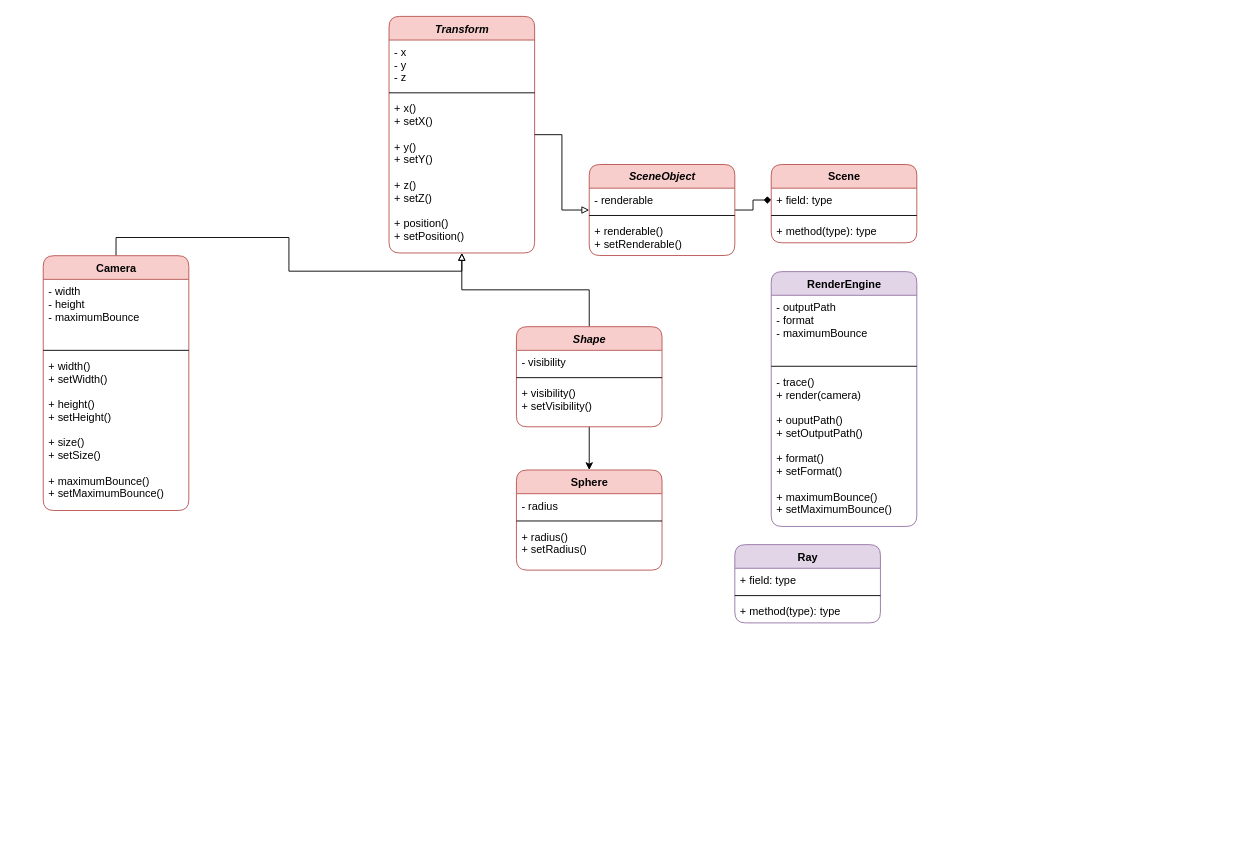
This is main_uml.drawio from ThomasVallentin/Bounce, a draw.io file, before an edit. Source tidied: cells renumbered, new cells numbered last; positions are measured from the earlier drawing's top-left corner, leaving out a move shared by most shapes. Both pictures are drawn from the tidied source at 91%, with x=0, y=0 at pixel (43, 16).
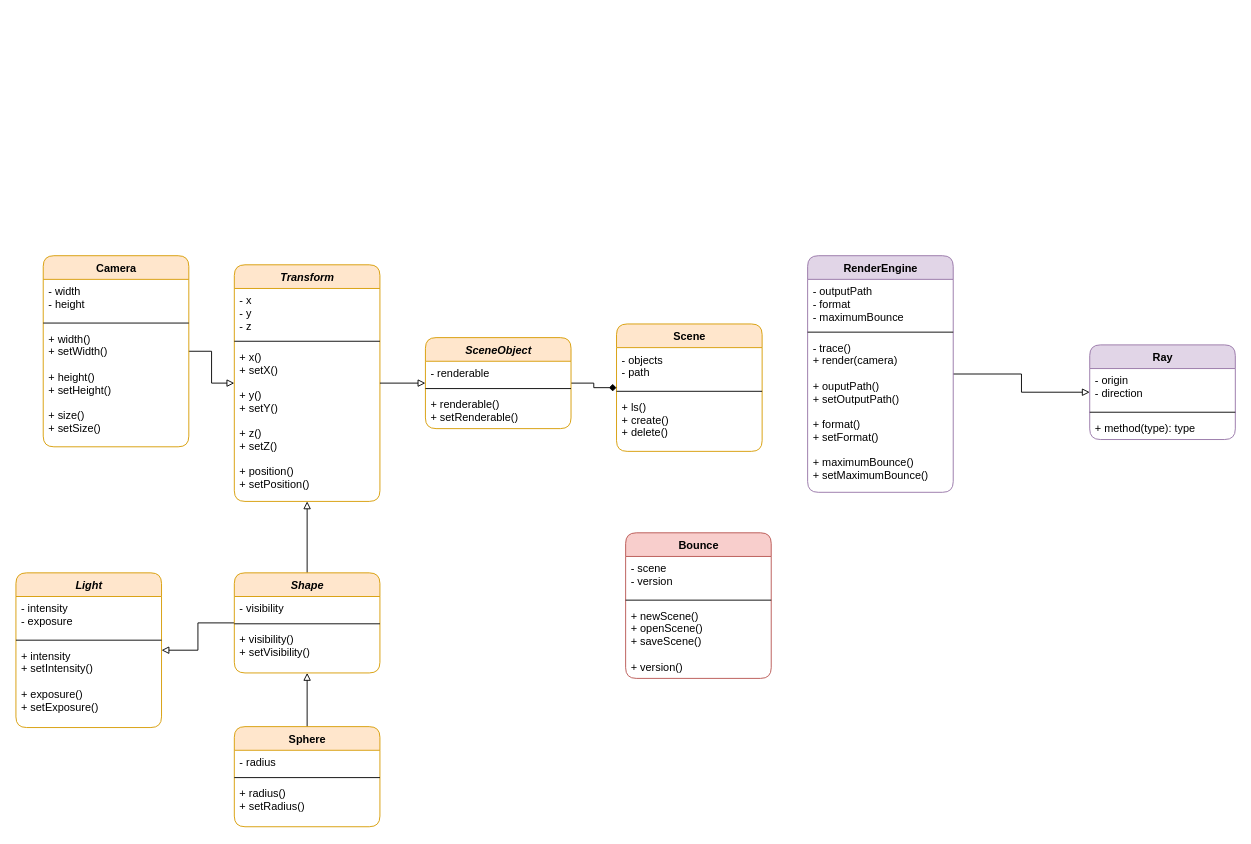
The same page after the edit.

What changed in the source:
```diff
@@
     <mxCell id="2" value="Ray" style="swimlane;fontStyle=1;align=center;verticalAlign=top;horizontal=1;startSize=26;rounded=1;html=1;swimlaneLine=1;fillColor=#e1d5e7;swimlaneFillColor=#ffffff;labelBackgroundColor=none;labelBorderColor=none;strokeColor=#9673a6;" parent="1" vertex="1">
-      <mxGeometry x="760" y="580" width="160" height="86" as="geometry" />
+      <mxGeometry x="1150" y="360.5" width="160" height="104" as="geometry" />
     </mxCell>
-    <mxCell id="3" value="+ field: type" style="text;strokeColor=none;fillColor=none;align=left;verticalAlign=top;spacingLeft=4;spacingRight=4;overflow=hidden;labelBackgroundColor=none;" parent="2" vertex="1">
-      <mxGeometry y="26" width="160" height="26" as="geometry" />
+    <mxCell id="3" value="- origin&#10;- direction" style="text;strokeColor=none;fillColor=none;align=left;verticalAlign=top;spacingLeft=4;spacingRight=4;overflow=hidden;labelBackgroundColor=none;" parent="2" vertex="1">
+      <mxGeometry y="26" width="160" height="44" as="geometry" />
     </mxCell>
     <mxCell id="4" style="line;strokeWidth=1;fillColor=none;align=left;verticalAlign=middle;spacingTop=-1;spacingLeft=3;spacingRight=3;labelPosition=right;" parent="2" vertex="1">
-      <mxGeometry y="52" width="160" height="8" as="geometry" />
+      <mxGeometry y="70" width="160" height="8" as="geometry" />
     </mxCell>
     <mxCell id="5" value="+ method(type): type" style="text;strokeColor=none;fillColor=none;align=left;verticalAlign=top;spacingLeft=4;spacingRight=4;overflow=hidden;" parent="2" vertex="1">
-      <mxGeometry y="60" width="160" height="26" as="geometry" />
+      <mxGeometry y="78" width="160" height="26" as="geometry" />
     </mxCell>
-    <mxCell id="6" style="edgeStyle=orthogonalEdgeStyle;rounded=0;jettySize=auto;html=1;exitX=0.5;exitY=0;exitDx=0;exitDy=0;endArrow=block;endFill=0;" parent="1" edge="1" source="7" target="16">
+    <mxCell id="6" style="edgeStyle=orthogonalEdgeStyle;rounded=0;jettySize=auto;html=1;endArrow=block;endFill=0;" parent="1" edge="1" source="7" target="16">
       <mxGeometry relative="1" as="geometry" />
     </mxCell>
-    <mxCell id="7" value="Camera" style="swimlane;fontStyle=1;align=center;verticalAlign=top;horizontal=1;startSize=26;rounded=1;html=1;swimlaneLine=1;fillColor=#f8cecc;strokeColor=#b85450;" parent="1" vertex="1">
-      <mxGeometry y="262.5" width="160" height="280" as="geometry" />
+    <mxCell id="7" value="Camera" style="swimlane;fontStyle=1;align=center;verticalAlign=top;horizontal=1;startSize=26;rounded=1;html=1;swimlaneLine=1;fillColor=#ffe6cc;strokeColor=#d79b00;" parent="1" vertex="1">
+      <mxGeometry y="262.5" width="160" height="210" as="geometry" />
     </mxCell>
-    <mxCell id="8" value="- width&#10;- height&#10;- maximumBounce&#10;&#10;" style="text;strokeColor=none;fillColor=none;align=left;verticalAlign=top;spacingLeft=4;spacingRight=4;overflow=hidden;" parent="7" vertex="1">
-      <mxGeometry y="26" width="160" height="74" as="geometry" />
+    <mxCell id="8" value="- width&#10;- height&#10;" style="text;strokeColor=none;fillColor=none;align=left;verticalAlign=top;spacingLeft=4;spacingRight=4;overflow=hidden;" parent="7" vertex="1">
+      <mxGeometry y="26" width="160" height="44" as="geometry" />
     </mxCell>
     <mxCell id="9" style="line;strokeWidth=1;fillColor=none;align=left;verticalAlign=middle;spacingTop=-1;spacingLeft=3;spacingRight=3;labelPosition=right;" parent="7" vertex="1">
-      <mxGeometry y="100" width="160" height="8" as="geometry" />
+      <mxGeometry y="70" width="160" height="8" as="geometry" />
     </mxCell>
-    <mxCell id="10" value="+ width()&#10;+ setWidth()&#10;&#10;+ height()&#10;+ setHeight()&#10;&#10;+ size()&#10;+ setSize()&#10;&#10;+ maximumBounce()&#10;+ setMaximumBounce()" style="text;strokeColor=none;fillColor=none;align=left;verticalAlign=top;spacingLeft=4;spacingRight=4;overflow=hidden;" parent="7" vertex="1">
-      <mxGeometry y="108" width="160" height="172" as="geometry" />
+    <mxCell id="10" value="+ width()&#10;+ setWidth()&#10;&#10;+ height()&#10;+ setHeight()&#10;&#10;+ size()&#10;+ setSize()" style="text;strokeColor=none;fillColor=none;align=left;verticalAlign=top;spacingLeft=4;spacingRight=4;overflow=hidden;" parent="7" vertex="1">
+      <mxGeometry y="78" width="160" height="132" as="geometry" />
     </mxCell>
-    <mxCell id="11" value="Scene" style="swimlane;fontStyle=1;align=center;verticalAlign=top;horizontal=1;startSize=26;rounded=1;html=1;swimlaneLine=1;fillColor=#f8cecc;swimlaneFillColor=#ffffff;labelBackgroundColor=none;labelBorderColor=none;strokeColor=#b85450;" parent="1" vertex="1">
-      <mxGeometry x="800" y="162.3" width="160" height="86" as="geometry" />
+    <mxCell id="11" value="Scene" style="swimlane;fontStyle=1;align=center;verticalAlign=top;horizontal=1;startSize=26;rounded=1;html=1;swimlaneLine=1;fillColor=#ffe6cc;swimlaneFillColor=#ffffff;labelBackgroundColor=none;labelBorderColor=none;strokeColor=#d79b00;" parent="1" vertex="1">
+      <mxGeometry x="630" y="337.5" width="160" height="140" as="geometry" />
     </mxCell>
-    <mxCell id="12" value="+ field: type" style="text;strokeColor=none;fillColor=none;align=left;verticalAlign=top;spacingLeft=4;spacingRight=4;overflow=hidden;points=[[0,0.5],[1,0.5]];portConstraint=eastwest;labelBackgroundColor=none;" parent="11" vertex="1">
-      <mxGeometry y="26" width="160" height="26" as="geometry" />
+    <mxCell id="12" value="- objects&#10;- path" style="text;strokeColor=none;fillColor=none;align=left;verticalAlign=top;spacingLeft=4;spacingRight=4;overflow=hidden;points=[[0,0.5],[1,0.5]];portConstraint=eastwest;labelBackgroundColor=none;" parent="11" vertex="1">
+      <mxGeometry y="26" width="160" height="44" as="geometry" />
     </mxCell>
     <mxCell id="13" style="line;strokeWidth=1;fillColor=none;align=left;verticalAlign=middle;spacingTop=-1;spacingLeft=3;spacingRight=3;labelPosition=right;" parent="11" vertex="1">
-      <mxGeometry y="52" width="160" height="8" as="geometry" />
+      <mxGeometry y="70" width="160" height="8" as="geometry" />
     </mxCell>
-    <mxCell id="14" value="+ method(type): type" style="text;strokeColor=none;fillColor=none;align=left;verticalAlign=top;spacingLeft=4;spacingRight=4;overflow=hidden;" parent="11" vertex="1">
-      <mxGeometry y="60" width="160" height="26" as="geometry" />
+    <mxCell id="14" value="+ ls()&#10;+ create()&#10;+ delete()&#10;" style="text;strokeColor=none;fillColor=none;align=left;verticalAlign=top;spacingLeft=4;spacingRight=4;overflow=hidden;" parent="11" vertex="1">
+      <mxGeometry y="78" width="160" height="62" as="geometry" />
     </mxCell>
-    <mxCell id="15" style="edgeStyle=orthogonalEdgeStyle;rounded=0;jettySize=auto;html=1;entryX=0;entryY=0.5;entryDx=0;entryDy=0;endArrow=diamond;endFill=1;elbow=vertical;" parent="1" edge="1" source="34" target="12">
+    <mxCell id="15" style="edgeStyle=orthogonalEdgeStyle;rounded=0;jettySize=auto;html=1;endArrow=diamond;endFill=1;elbow=vertical;" parent="1" edge="1" source="34" target="11">
       <mxGeometry relative="1" as="geometry" />
     </mxCell>
-    <mxCell id="16" value="&lt;i&gt;Transform&lt;/i&gt;" style="swimlane;fontStyle=1;align=center;verticalAlign=top;horizontal=1;startSize=26;rounded=1;html=1;swimlaneLine=1;fillColor=#f8cecc;swimlaneFillColor=#ffffff;labelBackgroundColor=none;labelBorderColor=none;strokeColor=#b85450;" parent="1" vertex="1">
-      <mxGeometry x="380" y="-0.5" width="160" height="260" as="geometry" />
+    <mxCell id="16" value="&lt;i&gt;Transform&lt;/i&gt;" style="swimlane;fontStyle=1;align=center;verticalAlign=top;horizontal=1;startSize=26;rounded=1;html=1;swimlaneLine=1;fillColor=#ffe6cc;swimlaneFillColor=#ffffff;labelBackgroundColor=none;labelBorderColor=none;strokeColor=#d79b00;" parent="1" vertex="1">
+      <mxGeometry x="210" y="272.5" width="160" height="260" as="geometry" />
     </mxCell>
@@
-    <mxCell id="21" style="edgeStyle=orthogonalEdgeStyle;rounded=0;jettySize=auto;html=1;" parent="1" edge="1" source="22" target="26">
+    <mxCell id="21" style="edgeStyle=orthogonalEdgeStyle;rounded=0;jettySize=auto;html=1;endArrow=block;endFill=0;" parent="1" edge="1" source="26" target="22">
       <mxGeometry relative="1" as="geometry" />
     </mxCell>
+    <mxCell id="39" style="edgeStyle=orthogonalEdgeStyle;rounded=0;jettySize=auto;html=1;endArrow=block;endFill=0;" parent="1" edge="1" source="22" target="40">
+      <mxGeometry relative="1" as="geometry" />
+    </mxCell>
-    <mxCell id="22" value="Shape" style="swimlane;fontStyle=3;align=center;verticalAlign=top;horizontal=1;startSize=26;rounded=1;html=1;swimlaneLine=1;fillColor=#f8cecc;swimlaneFillColor=#ffffff;labelBackgroundColor=none;labelBorderColor=none;strokeColor=#b85450;" parent="1" vertex="1">
-      <mxGeometry x="520" y="340.5" width="160" height="110" as="geometry" />
+    <mxCell id="22" value="Shape" style="swimlane;fontStyle=3;align=center;verticalAlign=top;horizontal=1;startSize=26;rounded=1;html=1;swimlaneLine=1;fillColor=#ffe6cc;swimlaneFillColor=#ffffff;labelBackgroundColor=none;labelBorderColor=none;strokeColor=#d79b00;" parent="1" vertex="1">
+      <mxGeometry x="210" y="611" width="160" height="110" as="geometry" />
     </mxCell>
@@
+    <mxCell id="40" value="Light" style="swimlane;fontStyle=3;align=center;verticalAlign=top;horizontal=1;startSize=26;rounded=1;html=1;swimlaneLine=1;fillColor=#ffe6cc;swimlaneFillColor=#ffffff;labelBackgroundColor=none;labelBorderColor=none;strokeColor=#d79b00;" parent="1" vertex="1">
+      <mxGeometry x="-30" y="611" width="160" height="170" as="geometry" />
+    </mxCell>
+    <mxCell id="41" value="- intensity&#10;- exposure" style="text;strokeColor=none;fillColor=none;align=left;verticalAlign=top;spacingLeft=4;spacingRight=4;overflow=hidden;labelBackgroundColor=none;" parent="40" vertex="1">
+      <mxGeometry y="26" width="160" height="44" as="geometry" />
+    </mxCell>
+    <mxCell id="42" style="line;strokeWidth=1;fillColor=none;align=left;verticalAlign=middle;spacingTop=-1;spacingLeft=3;spacingRight=3;labelPosition=right;" parent="40" vertex="1">
+      <mxGeometry y="70" width="160" height="8" as="geometry" />
+    </mxCell>
+    <mxCell id="43" value="+ intensity&#10;+ setIntensity()&#10;&#10;+ exposure()&#10;+ setExposure()" style="text;strokeColor=none;fillColor=none;align=left;verticalAlign=top;spacingLeft=4;spacingRight=4;overflow=hidden;" parent="40" vertex="1">
+      <mxGeometry y="78" width="160" height="92" as="geometry" />
+    </mxCell>
-    <mxCell id="26" value="Sphere" style="swimlane;fontStyle=1;align=center;verticalAlign=top;horizontal=1;startSize=26;rounded=1;html=1;swimlaneLine=1;fillColor=#f8cecc;swimlaneFillColor=#ffffff;labelBackgroundColor=none;labelBorderColor=none;strokeColor=#b85450;" parent="1" vertex="1">
-      <mxGeometry x="520" y="498" width="160" height="110" as="geometry" />
+    <mxCell id="26" value="Sphere" style="swimlane;fontStyle=1;align=center;verticalAlign=top;horizontal=1;startSize=26;rounded=1;html=1;swimlaneLine=1;fillColor=#ffe6cc;swimlaneFillColor=#ffffff;labelBackgroundColor=none;labelBorderColor=none;strokeColor=#d79b00;" parent="1" vertex="1">
+      <mxGeometry x="210" y="780" width="160" height="110" as="geometry" />
     </mxCell>
@@
+    <mxCell id="44" style="edgeStyle=orthogonalEdgeStyle;rounded=0;jettySize=auto;html=1;endArrow=block;endFill=0;" parent="1" edge="1" source="30" target="2">
+      <mxGeometry relative="1" as="geometry" />
+    </mxCell>
     <mxCell id="30" value="RenderEngine" style="swimlane;fontStyle=1;align=center;verticalAlign=top;horizontal=1;startSize=26;rounded=1;html=1;swimlaneLine=1;fillColor=#e1d5e7;strokeColor=#9673a6;" parent="1" vertex="1">
-      <mxGeometry x="800" y="280" width="160" height="280" as="geometry" />
+      <mxGeometry x="840" y="262.5" width="160" height="260" as="geometry" />
     </mxCell>
     <mxCell id="31" value="- outputPath&#10;- format&#10;- maximumBounce" style="text;strokeColor=none;fillColor=none;align=left;verticalAlign=top;spacingLeft=4;spacingRight=4;overflow=hidden;" parent="30" vertex="1">
-      <mxGeometry y="26" width="160" height="74" as="geometry" />
+      <mxGeometry y="26" width="160" height="54" as="geometry" />
     </mxCell>
     <mxCell id="32" style="line;strokeWidth=1;fillColor=none;align=left;verticalAlign=middle;spacingTop=-1;spacingLeft=3;spacingRight=3;labelPosition=right;" parent="30" vertex="1">
-      <mxGeometry y="100" width="160" height="8" as="geometry" />
+      <mxGeometry y="80" width="160" height="8" as="geometry" />
     </mxCell>
     <mxCell id="33" value="- trace()&#10;+ render(camera)&#10;&#10;+ ouputPath()&#10;+ setOutputPath()&#10;&#10;+ format()&#10;+ setFormat()&#10;&#10;+ maximumBounce()&#10;+ setMaximumBounce()" style="text;strokeColor=none;fillColor=none;align=left;verticalAlign=top;spacingLeft=4;spacingRight=4;overflow=hidden;" parent="30" vertex="1">
-      <mxGeometry y="108" width="160" height="172" as="geometry" />
+      <mxGeometry y="88" width="160" height="172" as="geometry" />
     </mxCell>
-    <mxCell id="34" value="SceneObject" style="swimlane;fontStyle=3;align=center;verticalAlign=top;horizontal=1;startSize=26;rounded=1;html=1;swimlaneLine=1;fillColor=#f8cecc;swimlaneFillColor=#ffffff;labelBackgroundColor=none;labelBorderColor=none;strokeColor=#b85450;" parent="1" vertex="1">
-      <mxGeometry x="600" y="162.3" width="160" height="100" as="geometry" />
+    <mxCell id="34" value="SceneObject" style="swimlane;fontStyle=3;align=center;verticalAlign=top;horizontal=1;startSize=26;rounded=1;html=1;swimlaneLine=1;fillColor=#ffe6cc;swimlaneFillColor=#ffffff;labelBackgroundColor=none;labelBorderColor=none;strokeColor=#d79b00;" parent="1" vertex="1">
+      <mxGeometry x="420" y="352.5" width="160" height="100" as="geometry" />
     </mxCell>
@@
-    <mxCell id="38" style="edgeStyle=orthogonalEdgeStyle;rounded=0;jettySize=auto;html=1;entryX=0;entryY=0.5;entryDx=0;entryDy=0;endArrow=block;endFill=0;elbow=vertical;" parent="1" edge="1" source="16" target="34">
+    <mxCell id="38" style="edgeStyle=orthogonalEdgeStyle;rounded=0;jettySize=auto;html=1;endArrow=block;endFill=0;elbow=vertical;" parent="1" edge="1" source="16" target="34">
       <mxGeometry relative="1" as="geometry" />
     </mxCell>
+    <mxCell id="45" value="Bounce" style="swimlane;fontStyle=1;align=center;verticalAlign=top;horizontal=1;startSize=26;rounded=1;html=1;swimlaneLine=1;fillColor=#f8cecc;swimlaneFillColor=#ffffff;labelBackgroundColor=none;labelBorderColor=none;strokeColor=#b85450;" parent="1" vertex="1">
+      <mxGeometry x="640" y="567" width="160" height="160" as="geometry" />
+    </mxCell>
+    <mxCell id="46" value="- scene&#10;- version" style="text;strokeColor=none;fillColor=none;align=left;verticalAlign=top;spacingLeft=4;spacingRight=4;overflow=hidden;labelBackgroundColor=none;" parent="45" vertex="1">
+      <mxGeometry y="26" width="160" height="44" as="geometry" />
+    </mxCell>
+    <mxCell id="47" style="line;strokeWidth=1;fillColor=none;align=left;verticalAlign=middle;spacingTop=-1;spacingLeft=3;spacingRight=3;labelPosition=right;" parent="45" vertex="1">
+      <mxGeometry y="70" width="160" height="8" as="geometry" />
+    </mxCell>
+    <mxCell id="48" value="+ newScene()&#10;+ openScene()&#10;+ saveScene()&#10;&#10;+ version()" style="text;strokeColor=none;fillColor=none;align=left;verticalAlign=top;spacingLeft=4;spacingRight=4;overflow=hidden;" parent="45" vertex="1">
+      <mxGeometry y="78" width="160" height="82" as="geometry" />
+    </mxCell>
```
